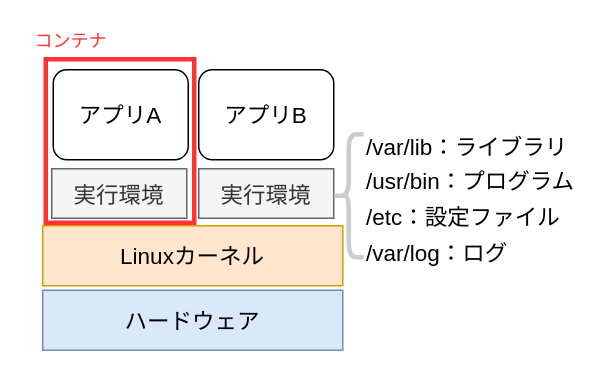
Before: page "overall" (1 of 2) of create_container.drawio in tnaka986/work-container, a draw.io diagram. Source tidied: cells renumbered, new cells numbered last; positions are measured from the earlier drawing's top-left corner, leaving out a move shared by most shapes. Both pictures are drawn from the tidied source at 150%, with x=0, y=0 at pixel (26, 26).
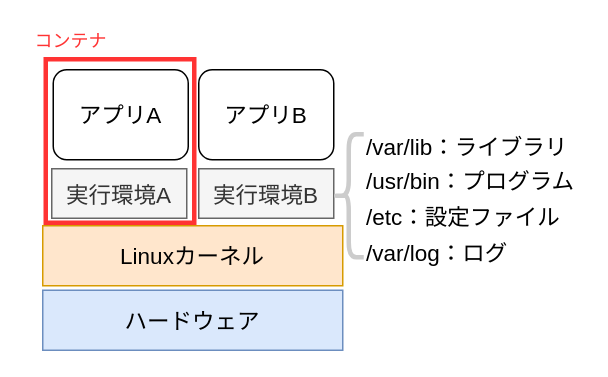
After the change.

Commit message (it also covers changes not shown here):
create_container.drawio を更新します

Change to the diagram source:
```diff
@@
 <mxGraphModel>
   <root>
     <mxCell id="0" />
     <mxCell id="1" parent="0" />
     <mxCell id="2" style="rounded=0;whiteSpace=wrap;html=1;fillColor=none;strokeWidth=3;strokeColor=#FF3333;" parent="1" vertex="1">
       <mxGeometry x="13" y="22" width="99" height="109" as="geometry" />
     </mxCell>
     <mxCell id="3" value="ハードウェア" style="rounded=0;whiteSpace=wrap;html=1;fillColor=#dae8fc;strokeColor=#6c8ebf;fontSize=15;" parent="1" vertex="1">
       <mxGeometry x="11" y="176" width="200" height="40" as="geometry" />
     </mxCell>
     <mxCell id="4" value="Linuxカーネル" style="rounded=0;whiteSpace=wrap;html=1;fillColor=#ffe6cc;strokeColor=#d79b00;fontSize=15;" parent="1" vertex="1">
       <mxGeometry x="11" y="133" width="200" height="40" as="geometry" />
     </mxCell>
-    <mxCell id="5" value="実行環境" style="rounded=0;whiteSpace=wrap;html=1;fillColor=#f5f5f5;strokeColor=#666666;fontColor=#333333;fontSize=15;" parent="1" vertex="1">
+    <mxCell id="5" value="実行環境A" style="rounded=0;whiteSpace=wrap;html=1;fillColor=#f5f5f5;strokeColor=#666666;fontColor=#333333;fontSize=15;" parent="1" vertex="1">
       <mxGeometry x="17" y="95" width="90" height="33" as="geometry" />
     </mxCell>
-    <mxCell id="6" value="実行環境" style="rounded=0;whiteSpace=wrap;html=1;fillColor=#f5f5f5;strokeColor=#666666;fontColor=#333333;fontSize=15;" parent="1" vertex="1">
+    <mxCell id="6" value="実行環境B" style="rounded=0;whiteSpace=wrap;html=1;fillColor=#f5f5f5;strokeColor=#666666;fontColor=#333333;fontSize=15;" parent="1" vertex="1">
       <mxGeometry x="115" y="95" width="90" height="33" as="geometry" />
     </mxCell>
     <mxCell id="7" value="アプリA" style="rounded=1;whiteSpace=wrap;html=1;fillColor=#ffffff;fontSize=15;" parent="1" vertex="1">
       <mxGeometry x="18" y="29" width="90" height="60" as="geometry" />
     </mxCell>
     <mxCell id="8" value="アプリB" style="rounded=1;whiteSpace=wrap;html=1;fillColor=#ffffff;fontSize=15;" parent="1" vertex="1">
       <mxGeometry x="115" y="29" width="90" height="60" as="geometry" />
     </mxCell>
     <mxCell id="9" value="コンテナ" style="text;html=1;strokeColor=none;fillColor=none;align=center;verticalAlign=middle;whiteSpace=wrap;rounded=0;fontColor=#FF3333;" parent="1" vertex="1">
       <mxGeometry width="60" height="20" as="geometry" />
     </mxCell>
     <mxCell id="10" style="shape=curlyBracket;whiteSpace=wrap;html=1;rounded=1;strokeColor=#CCCCCC;strokeWidth=3;fillColor=none;fontColor=#FF3333;" parent="1" vertex="1">
       <mxGeometry x="205" y="72" width="20" height="82" as="geometry" />
     </mxCell>
     <mxCell id="11" value="&lt;font style=&quot;font-size: 15px&quot;&gt;/var/lib：ライブラリ&lt;/font&gt;" style="text;html=1;strokeColor=none;fillColor=none;align=left;verticalAlign=middle;whiteSpace=wrap;rounded=0;fontColor=#000000;fontSize=15;" parent="1" vertex="1">
       <mxGeometry x="225" y="65" width="146" height="30" as="geometry" />
     </mxCell>
     <mxCell id="12" value="&lt;font style=&quot;font-size: 15px&quot;&gt;/usr/bin：プログラム&lt;/font&gt;" style="text;html=1;strokeColor=none;fillColor=none;align=left;verticalAlign=middle;whiteSpace=wrap;rounded=0;fontColor=#000000;fontSize=15;" parent="1" vertex="1">
       <mxGeometry x="225" y="88" width="146" height="30" as="geometry" />
     </mxCell>
     <mxCell id="13" value="&lt;font style=&quot;font-size: 15px&quot;&gt;/etc：設定ファイル&lt;/font&gt;" style="text;html=1;strokeColor=none;fillColor=none;align=left;verticalAlign=middle;whiteSpace=wrap;rounded=0;fontColor=#000000;fontSize=15;" parent="1" vertex="1">
       <mxGeometry x="225" y="112" width="136" height="30" as="geometry" />
     </mxCell>
     <mxCell id="14" value="&lt;font style=&quot;font-size: 15px&quot;&gt;/var/log：ログ&lt;/font&gt;" style="text;html=1;strokeColor=none;fillColor=none;align=left;verticalAlign=middle;whiteSpace=wrap;rounded=0;fontColor=#000000;fontSize=15;" parent="1" vertex="1">
       <mxGeometry x="225" y="136" width="106" height="30" as="geometry" />
     </mxCell>
   </root>
 </mxGraphModel>
```
